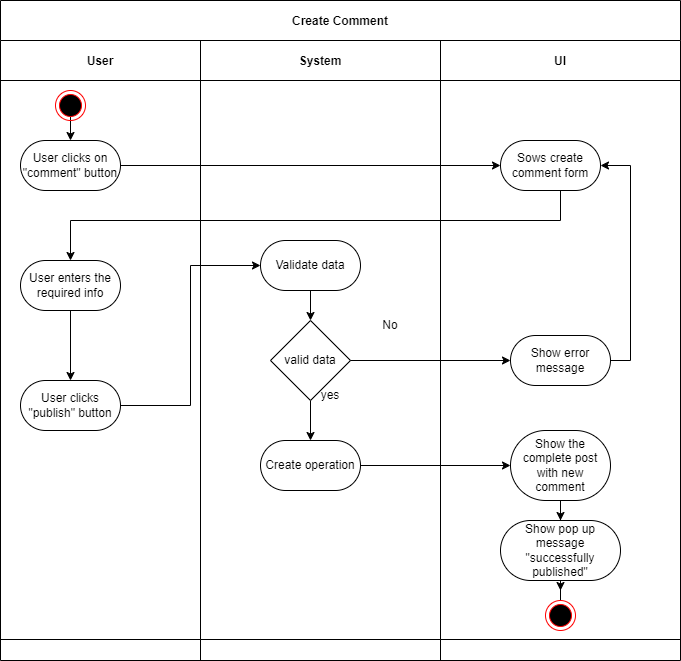
The draw.io diagram docs/UseCaseManageComments/UCCreateComment.drawio.png in millisom/GluGuide, before a commit. Source tidied: cells renumbered, new cells last; positions are measured from the earlier drawing's top-left corner, leaving out a move shared by most shapes. The source it was exported from:
```xml
<mxGraphModel>
  <root>
    <mxCell id="0" />
    <mxCell id="1" parent="0" />
    <mxCell id="2" value="Create Comment" style="shape=table;startSize=40;fillColor=none;fontStyle=1;" parent="1" vertex="1">
      <mxGeometry width="680" height="660" as="geometry" />
    </mxCell>
    <mxCell id="3" style="shape=tableRow;horizontal=0;swimlaneHead=0;swimlaneBody=0;top=0;left=0;bottom=0;right=0;fillColor=none;startSize=0;fontStyle=1;" parent="2" vertex="1">
      <mxGeometry y="40" width="680" height="599" as="geometry" />
    </mxCell>
    <mxCell id="4" value="User" style="swimlane;swimlaneHead=0;swimlaneBody=0;fillColor=none;startSize=40;fontStyle=1;" parent="3" vertex="1">
      <mxGeometry width="200" height="599" as="geometry" />
    </mxCell>
    <mxCell id="5" value="User clicks on &quot;comment&quot; button" style="rounded=1;whiteSpace=wrap;html=1;arcSize=50;" parent="4" vertex="1">
      <mxGeometry x="20" y="100" width="100" height="50" as="geometry" />
    </mxCell>
    <mxCell id="6" style="edgeStyle=orthogonalEdgeStyle;rounded=0;jettySize=auto;html=1;" parent="4" edge="1" source="7" target="8">
      <mxGeometry relative="1" as="geometry" />
    </mxCell>
    <mxCell id="7" value="User enters the required info" style="rounded=1;whiteSpace=wrap;html=1;arcSize=50;" parent="4" vertex="1">
      <mxGeometry x="20" y="220" width="100" height="50" as="geometry" />
    </mxCell>
    <mxCell id="8" value="User clicks &quot;publish&quot; button" style="rounded=1;whiteSpace=wrap;html=1;arcSize=50;" parent="4" vertex="1">
      <mxGeometry x="20" y="340" width="100" height="50" as="geometry" />
    </mxCell>
    <mxCell id="9" style="edgeStyle=orthogonalEdgeStyle;rounded=0;jettySize=auto;html=1;exitX=0.5;exitY=1;exitDx=0;exitDy=0;entryX=0.5;entryY=0;entryDx=0;entryDy=0;" parent="4" edge="1" target="5">
      <mxGeometry relative="1" as="geometry">
        <mxPoint x="70" y="70" as="sourcePoint" />
      </mxGeometry>
    </mxCell>
    <mxCell id="10" style="ellipse;html=1;shape=endState;fillColor=#000000;strokeColor=#ff0000;" parent="4" vertex="1">
      <mxGeometry x="55" y="50" width="30" height="30" as="geometry" />
    </mxCell>
    <mxCell id="11" value="System" style="swimlane;swimlaneHead=0;swimlaneBody=0;fillColor=none;startSize=40;fontStyle=1;" parent="3" vertex="1">
      <mxGeometry x="200" width="240" height="599" as="geometry" />
    </mxCell>
    <mxCell id="12" style="edgeStyle=orthogonalEdgeStyle;rounded=0;jettySize=auto;html=1;" parent="11" edge="1" source="13" target="15">
      <mxGeometry relative="1" as="geometry" />
    </mxCell>
    <mxCell id="13" value="Validate data" style="rounded=1;whiteSpace=wrap;html=1;arcSize=50;" parent="11" vertex="1">
      <mxGeometry x="60" y="200" width="100" height="50" as="geometry" />
    </mxCell>
    <mxCell id="14" style="edgeStyle=orthogonalEdgeStyle;rounded=0;jettySize=auto;html=1;" parent="11" edge="1" source="15" target="16">
      <mxGeometry relative="1" as="geometry" />
    </mxCell>
    <mxCell id="15" value="valid data" style="rhombus;whiteSpace=wrap;html=1;" parent="11" vertex="1">
      <mxGeometry x="70" y="280" width="80" height="80" as="geometry" />
    </mxCell>
    <mxCell id="16" value="Create operation" style="rounded=1;whiteSpace=wrap;html=1;arcSize=50;" parent="11" vertex="1">
      <mxGeometry x="60" y="400" width="100" height="50" as="geometry" />
    </mxCell>
    <mxCell id="17" value="yes" style="text;html=1;align=center;verticalAlign=middle;whiteSpace=wrap;rounded=0;" parent="11" vertex="1">
      <mxGeometry x="100" y="340" width="60" height="30" as="geometry" />
    </mxCell>
    <mxCell id="18" value="No" style="text;html=1;align=center;verticalAlign=middle;whiteSpace=wrap;rounded=0;" parent="11" vertex="1">
      <mxGeometry x="160" y="270" width="60" height="30" as="geometry" />
    </mxCell>
    <mxCell id="19" value="UI" style="swimlane;swimlaneHead=0;swimlaneBody=0;fillColor=none;startSize=40;fontStyle=1;" parent="3" vertex="1">
      <mxGeometry x="440" width="240" height="599" as="geometry" />
    </mxCell>
    <mxCell id="20" value="Sows create comment form" style="rounded=1;whiteSpace=wrap;html=1;arcSize=50;" parent="19" vertex="1">
      <mxGeometry x="60" y="100" width="100" height="50" as="geometry" />
    </mxCell>
    <mxCell id="21" style="edgeStyle=orthogonalEdgeStyle;rounded=0;jettySize=auto;html=1;exitX=1;exitY=0.5;exitDx=0;exitDy=0;entryX=1;entryY=0.5;entryDx=0;entryDy=0;" parent="19" edge="1" source="22" target="20">
      <mxGeometry relative="1" as="geometry" />
    </mxCell>
    <mxCell id="22" value="Show error message" style="rounded=1;whiteSpace=wrap;html=1;arcSize=50;" parent="19" vertex="1">
      <mxGeometry x="70" y="295" width="100" height="50" as="geometry" />
    </mxCell>
    <mxCell id="23" style="edgeStyle=orthogonalEdgeStyle;rounded=0;jettySize=auto;html=1;" parent="19" edge="1" source="24" target="26">
      <mxGeometry relative="1" as="geometry" />
    </mxCell>
    <mxCell id="24" value="Show the complete post with new comment" style="rounded=1;whiteSpace=wrap;html=1;arcSize=50;" parent="19" vertex="1">
      <mxGeometry x="70" y="390" width="100" height="70" as="geometry" />
    </mxCell>
    <mxCell id="25" style="edgeStyle=orthogonalEdgeStyle;rounded=0;jettySize=auto;html=1;" parent="19" edge="1" source="26">
      <mxGeometry relative="1" as="geometry">
        <mxPoint x="120" y="550" as="targetPoint" />
      </mxGeometry>
    </mxCell>
    <mxCell id="26" value="Show pop up message &quot;successfully published&quot;" style="whiteSpace=wrap;html=1;rounded=1;arcSize=50;" parent="19" vertex="1">
      <mxGeometry x="60" y="480" width="120" height="60" as="geometry" />
    </mxCell>
    <mxCell id="27" style="ellipse;html=1;shape=endState;fillColor=#000000;strokeColor=#ff0000;" parent="19" vertex="1">
      <mxGeometry x="105" y="560" width="30" height="30" as="geometry" />
    </mxCell>
    <mxCell id="28" style="edgeStyle=orthogonalEdgeStyle;rounded=0;jettySize=auto;html=1;" parent="3" edge="1" source="20" target="7">
      <mxGeometry relative="1" as="geometry">
        <Array as="points">
          <mxPoint x="560" y="180" />
          <mxPoint x="70" y="180" />
        </Array>
      </mxGeometry>
    </mxCell>
    <mxCell id="29" style="edgeStyle=orthogonalEdgeStyle;rounded=0;jettySize=auto;html=1;entryX=0;entryY=0.5;entryDx=0;entryDy=0;" parent="3" edge="1" source="8" target="13">
      <mxGeometry relative="1" as="geometry" />
    </mxCell>
    <mxCell id="30" style="edgeStyle=orthogonalEdgeStyle;rounded=0;jettySize=auto;html=1;entryX=0;entryY=0.5;entryDx=0;entryDy=0;" parent="3" edge="1" source="15" target="22">
      <mxGeometry relative="1" as="geometry" />
    </mxCell>
    <mxCell id="31" style="edgeStyle=orthogonalEdgeStyle;rounded=0;jettySize=auto;html=1;entryX=0;entryY=0.5;entryDx=0;entryDy=0;" parent="3" edge="1" source="16" target="24">
      <mxGeometry relative="1" as="geometry" />
    </mxCell>
    <mxCell id="32" style="edgeStyle=orthogonalEdgeStyle;rounded=0;jettySize=auto;html=1;exitX=1;exitY=0.5;exitDx=0;exitDy=0;entryX=0;entryY=0.5;entryDx=0;entryDy=0;" parent="3" edge="1" source="5" target="20">
      <mxGeometry relative="1" as="geometry" />
    </mxCell>
    <mxCell id="33" style="shape=tableRow;horizontal=0;swimlaneHead=0;swimlaneBody=0;top=0;left=0;bottom=0;right=0;fillColor=none;startSize=0;fontStyle=1;" parent="2" vertex="1">
      <mxGeometry y="639" width="680" height="21" as="geometry" />
    </mxCell>
    <mxCell id="34" style="swimlane;swimlaneHead=0;swimlaneBody=0;fillColor=none;startSize=0;fontStyle=1;" parent="33" vertex="1">
      <mxGeometry width="200" height="21" as="geometry" />
    </mxCell>
    <mxCell id="35" style="swimlane;swimlaneHead=0;swimlaneBody=0;fillColor=none;startSize=0;fontStyle=1;" parent="33" vertex="1">
      <mxGeometry x="200" width="240" height="21" as="geometry" />
    </mxCell>
    <mxCell id="36" style="swimlane;swimlaneHead=0;swimlaneBody=0;fillColor=none;startSize=0;fontStyle=1;" parent="33" vertex="1">
      <mxGeometry x="440" width="240" height="21" as="geometry" />
    </mxCell>
  </root>
</mxGraphModel>
```
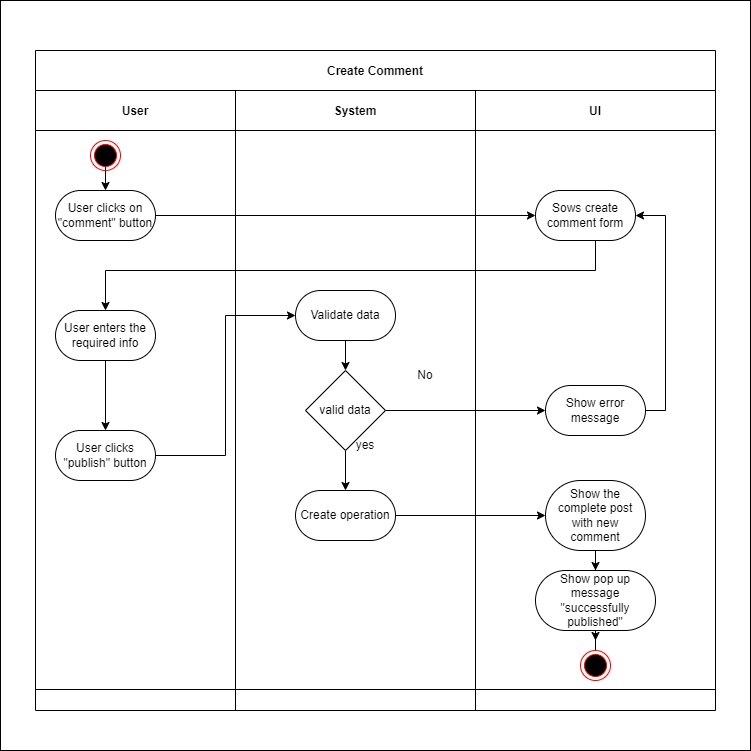
Above is the later version.

The edit, as a diff of the source:
```diff
@@ -2,6 +2,9 @@
   <root>
     <mxCell id="0" />
     <mxCell id="1" parent="0" />
+    <mxCell id="37" style="rounded=0;whiteSpace=wrap;html=1;" parent="1" vertex="1">
+      <mxGeometry x="-35" y="-50" width="750" height="750" as="geometry" />
+    </mxCell>
     <mxCell id="2" value="Create Comment" style="shape=table;startSize=40;fillColor=none;fontStyle=1;" parent="1" vertex="1">
       <mxGeometry width="680" height="660" as="geometry" />
     </mxCell>
```
